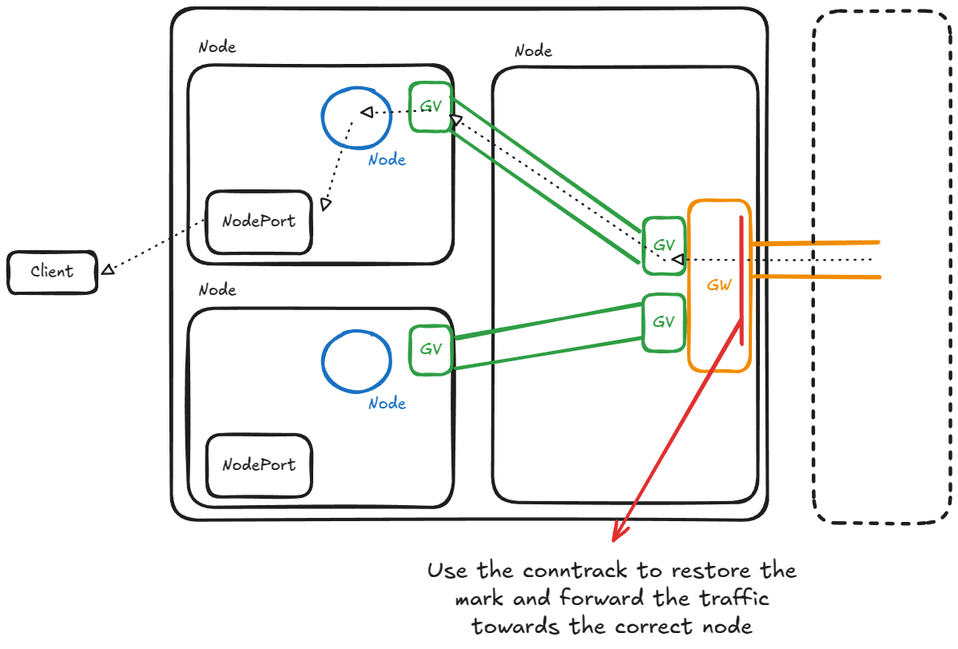
Above: assets/images/conntrack_inbound.excalidraw.png in cheina97/liqo-network-docs (Excalidraw), before the change. Source tidied: one line per element, renumbered; positions are measured from the earlier drawing's top-left corner, leaving out a move shared by most shapes. The source it was exported from:
```json
{"id": 0, "type": "rectangle", "strokeColor": "#1e1e1e", "strokeWidth": 4, "roughness": 1, "round": true, "x": 205, "y": 0, "width": 746, "height": 641}
{"id": 1, "type": "rectangle", "strokeColor": "#f08c00", "strokeWidth": 4, "roughness": 1, "round": true, "x": 852, "y": 240, "width": 77, "height": 214}
{"id": 2, "type": "text", "text": "GW", "strokeColor": "#f08c00", "strokeWidth": 4, "roughness": 1, "fontSize": 20, "fontFamily": 5, "textAlign": "center", "verticalAlign": "middle", "inside": 1, "x": 875, "y": 335, "width": 31, "height": 25}
{"id": 3, "type": "rectangle", "strokeColor": "#1e1e1e", "strokeWidth": 4, "roughness": 1, "round": true, "x": 225, "y": 376, "width": 332, "height": 249}
{"id": 4, "type": "rectangle", "strokeColor": "#1e1e1e", "strokeWidth": 4, "roughness": 1, "round": true, "x": 606, "y": 74, "width": 332, "height": 545}
{"id": 5, "type": "text", "text": "Node", "strokeColor": "#1e1e1e", "strokeWidth": 4, "roughness": 1, "fontSize": 20, "fontFamily": 5, "x": 238, "y": 342, "width": 47, "height": 25}
{"id": 6, "type": "rectangle", "strokeColor": "#2f9e44", "strokeWidth": 4, "roughness": 1, "round": true, "x": 503, "y": 398, "width": 52, "height": 61}
{"id": 7, "type": "text", "text": "GV", "strokeColor": "#2f9e44", "strokeWidth": 4, "roughness": 1, "fontSize": 20, "fontFamily": 5, "textAlign": "center", "verticalAlign": "middle", "inside": 6, "x": 516, "y": 416, "width": 27, "height": 25}
{"id": 8, "type": "rectangle", "strokeColor": "#2f9e44", "strokeWidth": 4, "roughness": 1, "round": true, "x": 795, "y": 359, "width": 52, "height": 71}
{"id": 9, "type": "text", "text": "GV", "strokeColor": "#2f9e44", "strokeWidth": 4, "roughness": 1, "fontSize": 20, "fontFamily": 5, "textAlign": "center", "verticalAlign": "middle", "inside": 8, "x": 807, "y": 382, "width": 27, "height": 25}
{"id": 10, "type": "rectangle", "strokeColor": "#1e1e1e", "strokeWidth": 4, "roughness": 1, "round": true, "x": 249, "y": 534, "width": 131, "height": 78}
{"id": 11, "type": "text", "text": "NodePort", "strokeColor": "#1e1e1e", "strokeWidth": 4, "roughness": 1, "fontSize": 20, "fontFamily": 5, "textAlign": "center", "verticalAlign": "middle", "inside": 10, "x": 268, "y": 560, "width": 93, "height": 25}
{"id": 12, "type": "arrow", "strokeColor": "#1e1e1e", "strokeWidth": 2, "strokeStyle": "dotted", "roughness": 1, "startArrowhead": "triangle_outline", "from": 13, "to": 22, "x": 118, "y": 333, "width": 127, "height": 67, "points": [[0, 0], [127, -67]]}
{"id": 13, "type": "rectangle", "strokeColor": "#1e1e1e", "strokeWidth": 4, "roughness": 1, "round": true, "x": 0, "y": 305, "width": 111, "height": 52}
{"id": 14, "type": "text", "text": "Client", "strokeColor": "#1e1e1e", "strokeWidth": 4, "roughness": 1, "fontSize": 20, "fontFamily": 5, "textAlign": "center", "verticalAlign": "middle", "inside": 13, "x": 28, "y": 318, "width": 54, "height": 25}
{"id": 15, "type": "ellipse", "strokeColor": "#1971c2", "strokeWidth": 4, "roughness": 1, "round": true, "x": 394, "y": 404, "width": 86, "height": 76}
{"id": 16, "type": "text", "text": "Node", "strokeColor": "#1971c2", "strokeWidth": 4, "roughness": 1, "fontSize": 20, "fontFamily": 5, "textAlign": "center", "x": 451, "y": 483, "width": 47, "height": 25}
{"id": 17, "type": "rectangle", "strokeColor": "#1e1e1e", "strokeWidth": 4, "roughness": 1, "round": true, "x": 225, "y": 71, "width": 332, "height": 249}
{"id": 18, "type": "text", "text": "Node", "strokeColor": "#1e1e1e", "strokeWidth": 4, "roughness": 1, "fontSize": 20, "fontFamily": 5, "x": 238, "y": 37, "width": 47, "height": 25}
{"id": 19, "type": "arrow", "strokeColor": "#1e1e1e", "strokeWidth": 2, "strokeStyle": "dotted", "roughness": 1, "startArrowhead": "triangle_outline", "from": 22, "x": 394, "y": 253, "width": 37, "height": 111, "points": [[0, 0], [37, -111]]}
{"id": 20, "type": "rectangle", "strokeColor": "#2f9e44", "strokeWidth": 4, "roughness": 1, "round": true, "x": 503, "y": 93, "width": 52, "height": 61}
{"id": 21, "type": "text", "text": "GV", "strokeColor": "#2f9e44", "strokeWidth": 4, "roughness": 1, "fontSize": 20, "fontFamily": 5, "textAlign": "center", "verticalAlign": "middle", "inside": 20, "x": 516, "y": 111, "width": 27, "height": 25}
{"id": 22, "type": "rectangle", "strokeColor": "#1e1e1e", "strokeWidth": 4, "roughness": 1, "round": true, "x": 249, "y": 229, "width": 131, "height": 78}
{"id": 23, "type": "text", "text": "NodePort", "strokeColor": "#1e1e1e", "strokeWidth": 4, "roughness": 1, "fontSize": 20, "fontFamily": 5, "textAlign": "center", "verticalAlign": "middle", "inside": 22, "x": 268, "y": 256, "width": 93, "height": 25}
{"id": 24, "type": "ellipse", "strokeColor": "#1971c2", "strokeWidth": 4, "roughness": 1, "round": true, "x": 393, "y": 100, "width": 86, "height": 76}
{"id": 25, "type": "text", "text": "Node", "strokeColor": "#1971c2", "strokeWidth": 4, "roughness": 1, "fontSize": 20, "fontFamily": 5, "textAlign": "center", "x": 451, "y": 178, "width": 47, "height": 25}
{"id": 26, "type": "rectangle", "strokeColor": "#2f9e44", "strokeWidth": 4, "roughness": 1, "round": true, "x": 795, "y": 262, "width": 52, "height": 71}
{"id": 27, "type": "text", "text": "GV", "strokeColor": "#2f9e44", "strokeWidth": 4, "roughness": 1, "fontSize": 20, "fontFamily": 5, "textAlign": "center", "verticalAlign": "middle", "inside": 26, "x": 808, "y": 285, "width": 27, "height": 25}
{"id": 28, "type": "arrow", "strokeColor": "#2f9e44", "strokeWidth": 4, "roughness": 1, "round": true, "from": 20, "to": 26, "x": 555, "y": 113, "width": 235, "height": 166, "points": [[0, 0], [235, 166]]}
{"id": 29, "type": "arrow", "strokeColor": "#2f9e44", "strokeWidth": 4, "roughness": 1, "round": true, "from": 20, "to": 26, "x": 551, "y": 153, "width": 239, "height": 166, "points": [[0, 0], [239, 166]]}
{"id": 30, "type": "arrow", "strokeColor": "#2f9e44", "strokeWidth": 4, "roughness": 1, "round": true, "from": 6, "to": 8, "x": 560, "y": 413, "width": 231, "height": 42, "points": [[0, 0], [231, -42]]}
{"id": 31, "type": "arrow", "strokeColor": "#2f9e44", "strokeWidth": 4, "roughness": 1, "round": true, "from": 6, "to": 8, "x": 560, "y": 450, "width": 234, "height": 38, "points": [[0, 0], [234, -38]]}
{"id": 32, "type": "text", "text": "Node", "strokeColor": "#1e1e1e", "strokeWidth": 4, "roughness": 1, "fontSize": 20, "fontFamily": 5, "x": 634, "y": 43, "width": 47, "height": 25}
{"id": 33, "type": "arrow", "strokeColor": "#1e1e1e", "strokeWidth": 2, "strokeStyle": "dotted", "roughness": 1, "startArrowhead": "triangle_outline", "to": 17, "x": 442, "y": 131, "width": 94, "height": 2, "points": [[0, 0], [94, -2]]}
{"id": 34, "type": "arrow", "strokeColor": "#1e1e1e", "strokeWidth": 2, "strokeStyle": "dotted", "roughness": 1, "startArrowhead": "triangle_outline", "from": 20, "to": 26, "x": 553, "y": 134, "width": 271, "height": 183, "points": [[0, 0], [271, 183]]}
{"id": 35, "type": "arrow", "strokeColor": "#1e1e1e", "strokeWidth": 2, "strokeStyle": "dotted", "roughness": 1, "startArrowhead": "triangle_outline", "from": 26, "x": 831, "y": 315, "width": 249, "height": 0, "points": [[0, 0], [249, 0]]}
{"id": 36, "type": "arrow", "strokeColor": "#f08c00", "strokeWidth": 4, "roughness": 1, "round": true, "from": 4, "x": 931, "y": 295, "width": 159, "height": 2, "points": [[0, 0], [159, -2]]}
{"id": 37, "type": "arrow", "strokeColor": "#f08c00", "strokeWidth": 4, "roughness": 1, "round": true, "from": 4, "x": 933, "y": 336, "width": 158, "height": 0, "points": [[0, 0], [158, 0]]}
{"id": 38, "type": "rectangle", "strokeColor": "#1e1e1e", "strokeWidth": 4, "strokeStyle": "dashed", "roughness": 1, "round": true, "x": 1008, "y": 4, "width": 171, "height": 641}
{"id": 39, "type": "line", "strokeColor": "#e03131", "strokeWidth": 4, "roughness": 1, "round": true, "x": 918, "y": 261, "width": 1, "height": 159, "points": [[0, 0], [1, 159]]}
{"id": 40, "type": "arrow", "strokeColor": "#e03131", "strokeWidth": 4, "roughness": 1, "endArrowhead": "arrow", "round": true, "from": 4, "to": 41, "x": 919, "y": 389, "width": 161, "height": 276, "points": [[0, 0], [-161, 276]]}
{"id": 41, "type": "text", "text": "Use the conntrack to restore the\nmark and forward the traffic\ntowards the correct node", "strokeColor": "#1e1e1e", "strokeWidth": 4, "roughness": 1, "fontSize": 28, "fontFamily": 5, "textAlign": "center", "x": 512, "y": 688, "width": 488, "height": 105}
```
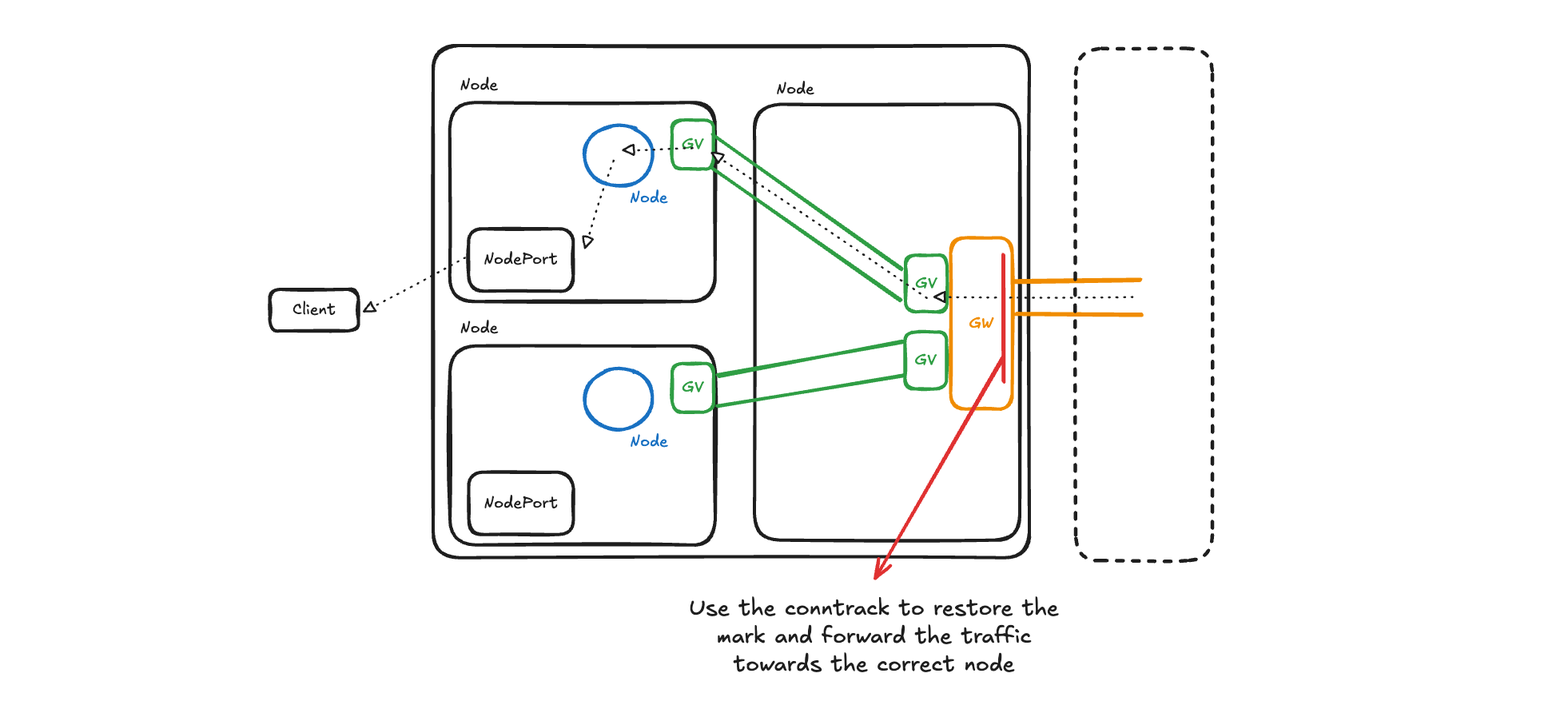
The same diagram one commit later.

The edit, as a diff of the source:
```diff
@@ -40,3 +40,4 @@
 {"id": 39, "type": "line", "strokeColor": "#e03131", "strokeWidth": 4, "roughness": 1, "round": true, "x": 918, "y": 261, "width": 1, "height": 159, "points": [[0, 0], [1, 159]]}
 {"id": 40, "type": "arrow", "strokeColor": "#e03131", "strokeWidth": 4, "roughness": 1, "endArrowhead": "arrow", "round": true, "from": 4, "to": 41, "x": 919, "y": 389, "width": 161, "height": 276, "points": [[0, 0], [-161, 276]]}
 {"id": 41, "type": "text", "text": "Use the conntrack to restore the\nmark and forward the traffic\ntowards the correct node", "strokeColor": "#1e1e1e", "strokeWidth": 4, "roughness": 1, "fontSize": 28, "fontFamily": 5, "textAlign": "center", "x": 512, "y": 688, "width": 488, "height": 105}
+{"id": 42, "type": "rectangle", "strokeColor": "transparent", "strokeWidth": 2, "roughness": 1, "round": true, "x": -328, "y": -47, "width": 1943, "height": 872}
```
